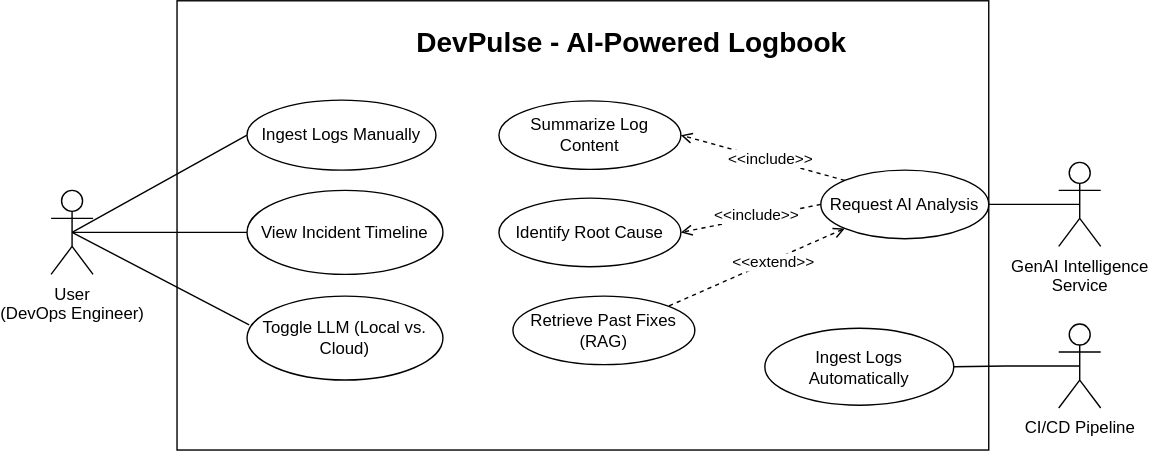
Earlier version of the draw.io export docs/use_case_model.svg (AET-DevOps26/team-setops). Source tidied: cells renumbered, new cells last; positions are measured from the earlier drawing's top-left corner, leaving out a move shared by most shapes. The source it was exported from:
```xml
<mxGraphModel>
  <root>
    <mxCell id="0" />
    <mxCell id="1" parent="0" />
    <mxCell id="2" style="rounded=0;jettySize=auto;html=1;exitX=0.5;exitY=0.5;exitDx=0;exitDy=0;exitPerimeter=0;entryX=0;entryY=0.5;entryDx=0;entryDy=0;startArrow=none;startFill=0;endArrow=none;endFill=0;" parent="1" edge="1" source="4" target="8">
      <mxGeometry relative="1" as="geometry" />
    </mxCell>
    <mxCell id="3" style="rounded=0;jettySize=auto;html=1;exitX=0.5;exitY=0.5;exitDx=0;exitDy=0;exitPerimeter=0;entryX=0;entryY=0.5;entryDx=0;entryDy=0;endArrow=none;endFill=0;" parent="1" edge="1" source="4" target="13">
      <mxGeometry relative="1" as="geometry" />
    </mxCell>
    <mxCell id="4" value="User&lt;br&gt;(DevOps Engineer)" style="shape=umlActor;verticalLabelPosition=bottom;verticalAlign=top;html=1;outlineConnect=0;" parent="1" vertex="1">
      <mxGeometry y="135.5" width="30" height="60" as="geometry" />
    </mxCell>
    <mxCell id="5" style="rounded=0;jettySize=auto;html=1;exitX=0.5;exitY=0.5;exitDx=0;exitDy=0;exitPerimeter=0;endArrow=none;endFill=0;" parent="1" edge="1" source="6" target="15">
      <mxGeometry relative="1" as="geometry" />
    </mxCell>
    <mxCell id="6" value="GenAI Intelligence&lt;br&gt;Service" style="shape=umlActor;verticalLabelPosition=bottom;verticalAlign=top;html=1;outlineConnect=0;" parent="1" vertex="1">
      <mxGeometry x="720" y="115.5" width="30" height="60" as="geometry" />
    </mxCell>
    <mxCell id="7" style="rounded=0;whiteSpace=wrap;html=1;fillColor=none;" parent="1" vertex="1">
      <mxGeometry x="90" width="580" height="321" as="geometry" />
    </mxCell>
    <mxCell id="8" value="Ingest Logs Manually" style="ellipse;whiteSpace=wrap;html=1;" parent="1" vertex="1">
      <mxGeometry x="140" y="71" width="135" height="50" as="geometry" />
    </mxCell>
    <mxCell id="9" value="&lt;h1 style=&quot;margin-top: 0px;&quot;&gt;DevPulse - AI-Powered Logbook&lt;/h1&gt;" style="text;html=1;whiteSpace=wrap;overflow=hidden;rounded=0;fontSize=10;align=center;" parent="1" vertex="1">
      <mxGeometry x="205" y="11" width="420" height="40" as="geometry" />
    </mxCell>
    <mxCell id="10" style="edgeStyle=orthogonalEdgeStyle;rounded=0;orthogonalLoop=1;jettySize=auto;html=1;exitX=0.5;exitY=1;exitDx=0;exitDy=0;" parent="1" edge="1" source="7" target="7">
      <mxGeometry relative="1" as="geometry" />
    </mxCell>
    <mxCell id="11" style="edgeStyle=orthogonalEdgeStyle;rounded=0;jettySize=auto;html=1;exitX=0.5;exitY=0.5;exitDx=0;exitDy=0;exitPerimeter=0;entryX=1;entryY=0.5;entryDx=0;entryDy=0;endArrow=none;endFill=0;" parent="1" edge="1" source="12" target="14">
      <mxGeometry relative="1" as="geometry" />
    </mxCell>
    <mxCell id="12" value="&lt;div&gt;CI/CD Pipeline&lt;/div&gt;" style="shape=umlActor;verticalLabelPosition=bottom;verticalAlign=top;html=1;outlineConnect=0;" parent="1" vertex="1">
      <mxGeometry x="720" y="231" width="30" height="60" as="geometry" />
    </mxCell>
    <mxCell id="13" value="View Incident Timeline" style="ellipse;whiteSpace=wrap;html=1;" parent="1" vertex="1">
      <mxGeometry x="140" y="135.5" width="140" height="60" as="geometry" />
    </mxCell>
    <mxCell id="14" value="Ingest Logs&lt;div&gt;Automatically&lt;/div&gt;" style="ellipse;whiteSpace=wrap;html=1;" parent="1" vertex="1">
      <mxGeometry x="510" y="234" width="135" height="55" as="geometry" />
    </mxCell>
    <mxCell id="15" value="Request AI Analysis" style="ellipse;whiteSpace=wrap;html=1;" parent="1" vertex="1">
      <mxGeometry x="550" y="121" width="120" height="49" as="geometry" />
    </mxCell>
    <mxCell id="16" value="Summarize Log Content" style="ellipse;whiteSpace=wrap;html=1;" parent="1" vertex="1">
      <mxGeometry x="320" y="71.5" width="130" height="49" as="geometry" />
    </mxCell>
    <mxCell id="17" style="edgeStyle=none;html=1;endArrow=open;verticalAlign=bottom;dashed=1;labelBackgroundColor=none;rounded=0;exitX=0;exitY=0;exitDx=0;exitDy=0;entryX=1;entryY=0.5;entryDx=0;entryDy=0;" parent="1" edge="1" source="15" target="16">
      <mxGeometry y="10" relative="1" as="geometry" />
    </mxCell>
    <mxCell id="18" value="&lt;span style=&quot;caret-color: rgba(0, 0, 0, 0); color: rgba(0, 0, 0, 0); font-family: monospace; font-size: 0px; text-align: start; background-color: rgb(236, 236, 236);&quot;&gt;%3CmxGraphModel%3E%3Croot%3E%3CmxCell%20id%3D%220%22%2F%3E%3CmxCell%20id%3D%221%22%20parent%3D%220%22%2F%3E%3CmxCell%20id%3D%222%22%20connectable%3D%220%22%20parent%3D%221%22%20style%3D%22edgeLabel%3Bhtml%3D1%3Balign%3Dcenter%3BverticalAlign%3Dmiddle%3Bresizable%3D0%3Bpoints%3D%5B%5D%3B%22%20value%3D%22%26lt%3Bspan%26gt%3B%26amp%3Blt%3B%26amp%3Blt%3Binclude%26amp%3Bgt%3B%26amp%3Bgt%3B%26lt%3B%2Fspan%26gt%3B%22%20vertex%3D%221%22%3E%3CmxGeometry%20x%3D%22489.2553910051827%22%20y%3D%22434.17935204755383%22%20as%3D%22geometry%22%2F%3E%3C%2FmxCell%3E%3C%2Froot%3E%3C%2FmxGraphModel%3E&lt;/span&gt;" style="edgeLabel;html=1;align=center;verticalAlign=middle;" parent="17" vertex="1">
      <mxGeometry x="-0.01" relative="1" as="geometry" />
    </mxCell>
    <mxCell id="19" value="&amp;lt;&amp;lt;include&amp;gt;&amp;gt;" style="edgeLabel;html=1;align=center;verticalAlign=middle;" parent="17" vertex="1">
      <mxGeometry x="-0.16" y="1" relative="1" as="geometry">
        <mxPoint x="-5" y="-3" as="offset" />
      </mxGeometry>
    </mxCell>
    <mxCell id="20" value="Identify Root Cause" style="ellipse;whiteSpace=wrap;html=1;" parent="1" vertex="1">
      <mxGeometry x="320" y="141" width="130" height="49" as="geometry" />
    </mxCell>
    <mxCell id="21" style="edgeStyle=none;html=1;endArrow=open;verticalAlign=bottom;dashed=1;labelBackgroundColor=none;rounded=0;exitX=0;exitY=0.5;exitDx=0;exitDy=0;entryX=1;entryY=0.5;entryDx=0;entryDy=0;" parent="1" edge="1" source="15" target="20">
      <mxGeometry y="10" relative="1" as="geometry" />
    </mxCell>
    <mxCell id="22" value="&lt;span style=&quot;caret-color: rgba(0, 0, 0, 0); color: rgba(0, 0, 0, 0); font-family: monospace; font-size: 0px; text-align: start; background-color: rgb(236, 236, 236);&quot;&gt;%3CmxGraphModel%3E%3Croot%3E%3CmxCell%20id%3D%220%22%2F%3E%3CmxCell%20id%3D%221%22%20parent%3D%220%22%2F%3E%3CmxCell%20id%3D%222%22%20connectable%3D%220%22%20parent%3D%221%22%20style%3D%22edgeLabel%3Bhtml%3D1%3Balign%3Dcenter%3BverticalAlign%3Dmiddle%3Bresizable%3D0%3Bpoints%3D%5B%5D%3B%22%20value%3D%22%26lt%3Bspan%26gt%3B%26amp%3Blt%3B%26amp%3Blt%3Binclude%26amp%3Bgt%3B%26amp%3Bgt%3B%26lt%3B%2Fspan%26gt%3B%22%20vertex%3D%221%22%3E%3CmxGeometry%20x%3D%22489.2553910051827%22%20y%3D%22434.17935204755383%22%20as%3D%22geometry%22%2F%3E%3C%2FmxCell%3E%3C%2Froot%3E%3C%2FmxGraphModel%3E&lt;/span&gt;" style="edgeLabel;html=1;align=center;verticalAlign=middle;" parent="21" vertex="1">
      <mxGeometry x="-0.01" relative="1" as="geometry" />
    </mxCell>
    <mxCell id="23" value="&amp;lt;&amp;lt;include&amp;gt;&amp;gt;" style="edgeLabel;html=1;align=center;verticalAlign=middle;" parent="21" vertex="1">
      <mxGeometry x="-0.16" y="1" relative="1" as="geometry">
        <mxPoint x="-5" y="-3" as="offset" />
      </mxGeometry>
    </mxCell>
    <mxCell id="24" style="edgeStyle=orthogonalEdgeStyle;rounded=0;orthogonalLoop=1;jettySize=auto;html=1;exitX=0.5;exitY=1;exitDx=0;exitDy=0;" parent="1" edge="1" source="20" target="20">
      <mxGeometry relative="1" as="geometry" />
    </mxCell>
    <mxCell id="25" value="Retrieve Past Fixes (RAG)" style="ellipse;whiteSpace=wrap;html=1;" parent="1" vertex="1">
      <mxGeometry x="330" y="211" width="130" height="49" as="geometry" />
    </mxCell>
    <mxCell id="26" style="edgeStyle=none;html=1;endArrow=none;verticalAlign=bottom;dashed=1;labelBackgroundColor=none;rounded=0;entryX=1;entryY=0;entryDx=0;entryDy=0;exitX=0;exitY=1;exitDx=0;exitDy=0;endFill=0;startArrow=open;startFill=0;" parent="1" edge="1" source="15" target="25">
      <mxGeometry y="10" relative="1" as="geometry" />
    </mxCell>
    <mxCell id="27" value="&lt;span style=&quot;caret-color: rgba(0, 0, 0, 0); color: rgba(0, 0, 0, 0); font-family: monospace; font-size: 0px; text-align: start; background-color: rgb(236, 236, 236);&quot;&gt;%3CmxGraphModel%3E%3Croot%3E%3CmxCell%20id%3D%220%22%2F%3E%3CmxCell%20id%3D%221%22%20parent%3D%220%22%2F%3E%3CmxCell%20id%3D%222%22%20connectable%3D%220%22%20parent%3D%221%22%20style%3D%22edgeLabel%3Bhtml%3D1%3Balign%3Dcenter%3BverticalAlign%3Dmiddle%3Bresizable%3D0%3Bpoints%3D%5B%5D%3B%22%20value%3D%22%26lt%3Bspan%26gt%3B%26amp%3Blt%3B%26amp%3Blt%3Binclude%26amp%3Bgt%3B%26amp%3Bgt%3B%26lt%3B%2Fspan%26gt%3B%22%20vertex%3D%221%22%3E%3CmxGeometry%20x%3D%22489.2553910051827%22%20y%3D%22434.17935204755383%22%20as%3D%22geometry%22%2F%3E%3C%2FmxCell%3E%3C%2Froot%3E%3C%2FmxGraphModel%3E&lt;/span&gt;" style="edgeLabel;html=1;align=center;verticalAlign=middle;" parent="26" vertex="1">
      <mxGeometry x="-0.01" relative="1" as="geometry" />
    </mxCell>
    <mxCell id="28" value="&amp;lt;&amp;lt;extend&amp;gt;&amp;gt;" style="edgeLabel;html=1;align=center;verticalAlign=middle;" parent="26" vertex="1">
      <mxGeometry x="-0.16" y="1" relative="1" as="geometry" />
    </mxCell>
    <mxCell id="29" value="Toggle LLM (Local vs. Cloud)" style="ellipse;whiteSpace=wrap;html=1;" parent="1" vertex="1">
      <mxGeometry x="140" y="211" width="140" height="60" as="geometry" />
    </mxCell>
    <mxCell id="30" style="rounded=0;jettySize=auto;html=1;exitX=0.5;exitY=0.5;exitDx=0;exitDy=0;exitPerimeter=0;entryX=0.011;entryY=0.343;entryDx=0;entryDy=0;entryPerimeter=0;endArrow=none;endFill=0;" parent="1" edge="1" source="4" target="29">
      <mxGeometry relative="1" as="geometry" />
    </mxCell>
  </root>
</mxGraphModel>
```
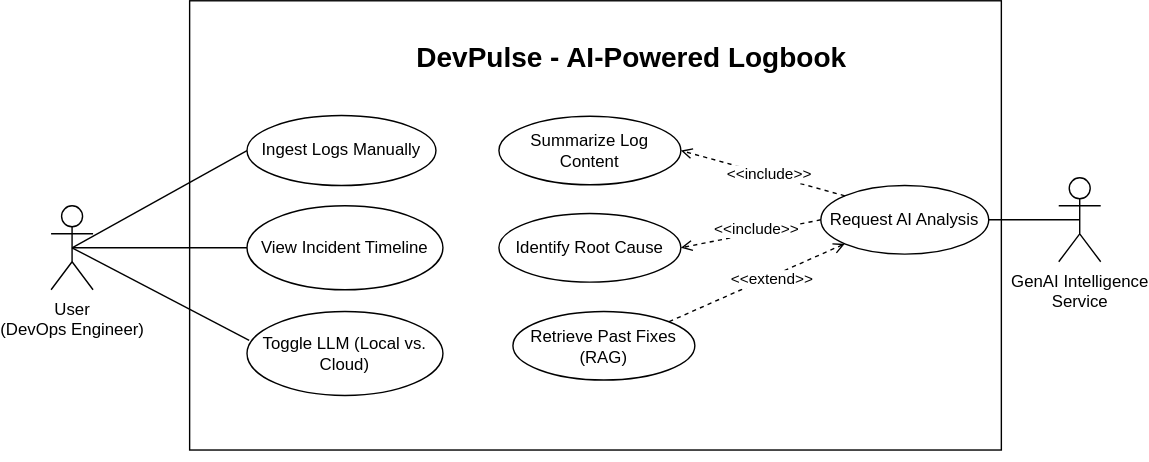
Later version of the same file.

Commit message:
updater documentation and use case diagram

The edit, as a diff of the source:
```diff
@@ -18,7 +18,7 @@
       <mxGeometry x="720" y="115.5" width="30" height="60" as="geometry" />
     </mxCell>
     <mxCell id="7" style="rounded=0;whiteSpace=wrap;html=1;fillColor=none;" parent="1" vertex="1">
-      <mxGeometry x="90" width="580" height="321" as="geometry" />
+      <mxGeometry x="99" y="-11" width="580" height="321" as="geometry" />
     </mxCell>
     <mxCell id="8" value="Ingest Logs Manually" style="ellipse;whiteSpace=wrap;html=1;" parent="1" vertex="1">
       <mxGeometry x="140" y="71" width="135" height="50" as="geometry" />
@@ -29,18 +29,9 @@
     <mxCell id="10" style="edgeStyle=orthogonalEdgeStyle;rounded=0;orthogonalLoop=1;jettySize=auto;html=1;exitX=0.5;exitY=1;exitDx=0;exitDy=0;" parent="1" edge="1" source="7" target="7">
       <mxGeometry relative="1" as="geometry" />
     </mxCell>
-    <mxCell id="11" style="edgeStyle=orthogonalEdgeStyle;rounded=0;jettySize=auto;html=1;exitX=0.5;exitY=0.5;exitDx=0;exitDy=0;exitPerimeter=0;entryX=1;entryY=0.5;entryDx=0;entryDy=0;endArrow=none;endFill=0;" parent="1" edge="1" source="12" target="14">
-      <mxGeometry relative="1" as="geometry" />
-    </mxCell>
-    <mxCell id="12" value="&lt;div&gt;CI/CD Pipeline&lt;/div&gt;" style="shape=umlActor;verticalLabelPosition=bottom;verticalAlign=top;html=1;outlineConnect=0;" parent="1" vertex="1">
-      <mxGeometry x="720" y="231" width="30" height="60" as="geometry" />
-    </mxCell>
     <mxCell id="13" value="View Incident Timeline" style="ellipse;whiteSpace=wrap;html=1;" parent="1" vertex="1">
       <mxGeometry x="140" y="135.5" width="140" height="60" as="geometry" />
     </mxCell>
-    <mxCell id="14" value="Ingest Logs&lt;div&gt;Automatically&lt;/div&gt;" style="ellipse;whiteSpace=wrap;html=1;" parent="1" vertex="1">
-      <mxGeometry x="510" y="234" width="135" height="55" as="geometry" />
-    </mxCell>
     <mxCell id="15" value="Request AI Analysis" style="ellipse;whiteSpace=wrap;html=1;" parent="1" vertex="1">
       <mxGeometry x="550" y="121" width="120" height="49" as="geometry" />
     </mxCell>
```
